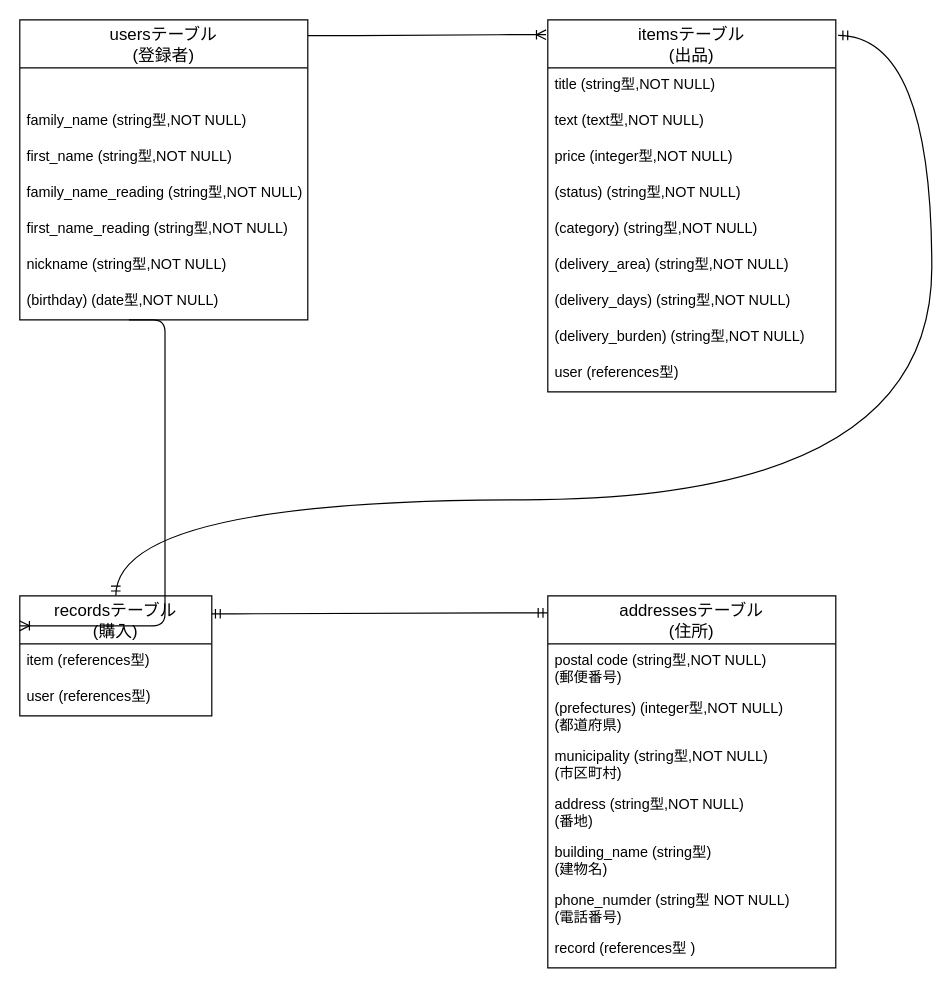
Above: furima.dio in d-toku55/furima-31714 (draw.io), before the change. Source tidied: cells renumbered, new cells numbered last; positions are measured from the earlier drawing's top-left corner, leaving out a move shared by most shapes. Both pictures are drawn from the tidied source at 120%, with x=0, y=0 at pixel (19, 19).
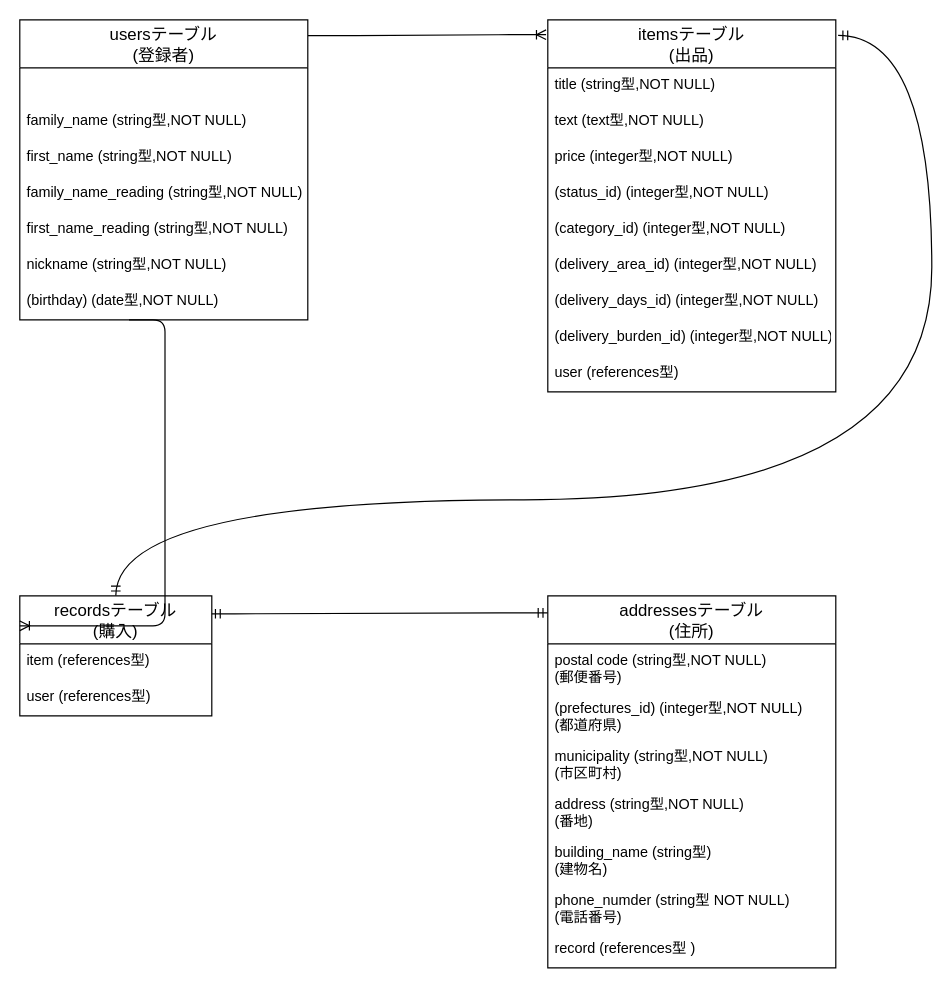
The same page after the edit.

Unchanged cells that the change refers to:
```xml
<mxCell id="5" value="addressesテーブル&#10;(住所)" style="swimlane;fontStyle=0;horizontal=1;startSize=40;align=center;fontSize=14;" parent="1" vertex="1">
  <mxGeometry x="440" y="480" width="240" height="310" as="geometry" />
</mxCell>
<mxCell id="16" value="itemsテーブル&#10;(出品)" style="swimlane;fontStyle=0;horizontal=1;startSize=40;align=center;fontSize=14;" parent="1" vertex="1">
  <mxGeometry x="440" width="240" height="310" as="geometry" />
</mxCell>
```

Change to the diagram source:
```diff
@@
-    <mxCell id="7" value="(prefectures) (integer型,NOT NULL)&#10;(都道府県)" style="text;strokeColor=none;fillColor=none;spacingLeft=4;spacingRight=4;overflow=hidden;fontSize=12;" parent="5" vertex="1">
+    <mxCell id="7" value="(prefectures_id) (integer型,NOT NULL)&#10;(都道府県)" style="text;strokeColor=none;fillColor=none;spacingLeft=4;spacingRight=4;overflow=hidden;fontSize=12;" parent="5" vertex="1">
       <mxGeometry y="80" width="240" height="40" as="geometry" />
     </mxCell>
@@
-    <mxCell id="20" value="(status) (string型,NOT NULL)" style="text;strokeColor=none;fillColor=none;spacingLeft=4;spacingRight=4;overflow=hidden;fontSize=12;" parent="16" vertex="1">
+    <mxCell id="20" value="(status_id) (integer型,NOT NULL)" style="text;strokeColor=none;fillColor=none;spacingLeft=4;spacingRight=4;overflow=hidden;fontSize=12;" parent="16" vertex="1">
       <mxGeometry y="130" width="240" height="30" as="geometry" />
     </mxCell>
-    <mxCell id="21" value="(category) (string型,NOT NULL)" style="text;strokeColor=none;fillColor=none;spacingLeft=4;spacingRight=4;overflow=hidden;fontSize=12;" parent="16" vertex="1">
+    <mxCell id="21" value="(category_id) (integer型,NOT NULL)" style="text;strokeColor=none;fillColor=none;spacingLeft=4;spacingRight=4;overflow=hidden;fontSize=12;" parent="16" vertex="1">
       <mxGeometry y="160" width="240" height="30" as="geometry" />
     </mxCell>
-    <mxCell id="22" value="(delivery_area) (string型,NOT NULL)" style="text;strokeColor=none;fillColor=none;spacingLeft=4;spacingRight=4;overflow=hidden;fontSize=12;" parent="16" vertex="1">
+    <mxCell id="22" value="(delivery_area_id) (integer型,NOT NULL)" style="text;strokeColor=none;fillColor=none;spacingLeft=4;spacingRight=4;overflow=hidden;fontSize=12;" parent="16" vertex="1">
       <mxGeometry y="190" width="240" height="30" as="geometry" />
     </mxCell>
-    <mxCell id="23" value="(delivery_days) (string型,NOT NULL)" style="text;strokeColor=none;fillColor=none;spacingLeft=4;spacingRight=4;overflow=hidden;fontSize=12;" parent="16" vertex="1">
+    <mxCell id="23" value="(delivery_days_id) (integer型,NOT NULL)" style="text;strokeColor=none;fillColor=none;spacingLeft=4;spacingRight=4;overflow=hidden;fontSize=12;" parent="16" vertex="1">
       <mxGeometry y="220" width="240" height="30" as="geometry" />
     </mxCell>
-    <mxCell id="24" value="(delivery_burden) (string型,NOT NULL)" style="text;strokeColor=none;fillColor=none;spacingLeft=4;spacingRight=4;overflow=hidden;fontSize=12;" parent="16" vertex="1">
+    <mxCell id="24" value="(delivery_burden_id) (integer型,NOT NULL)" style="text;strokeColor=none;fillColor=none;spacingLeft=4;spacingRight=4;overflow=hidden;fontSize=12;" parent="16" vertex="1">
       <mxGeometry y="250" width="240" height="30" as="geometry" />
     </mxCell>
```
